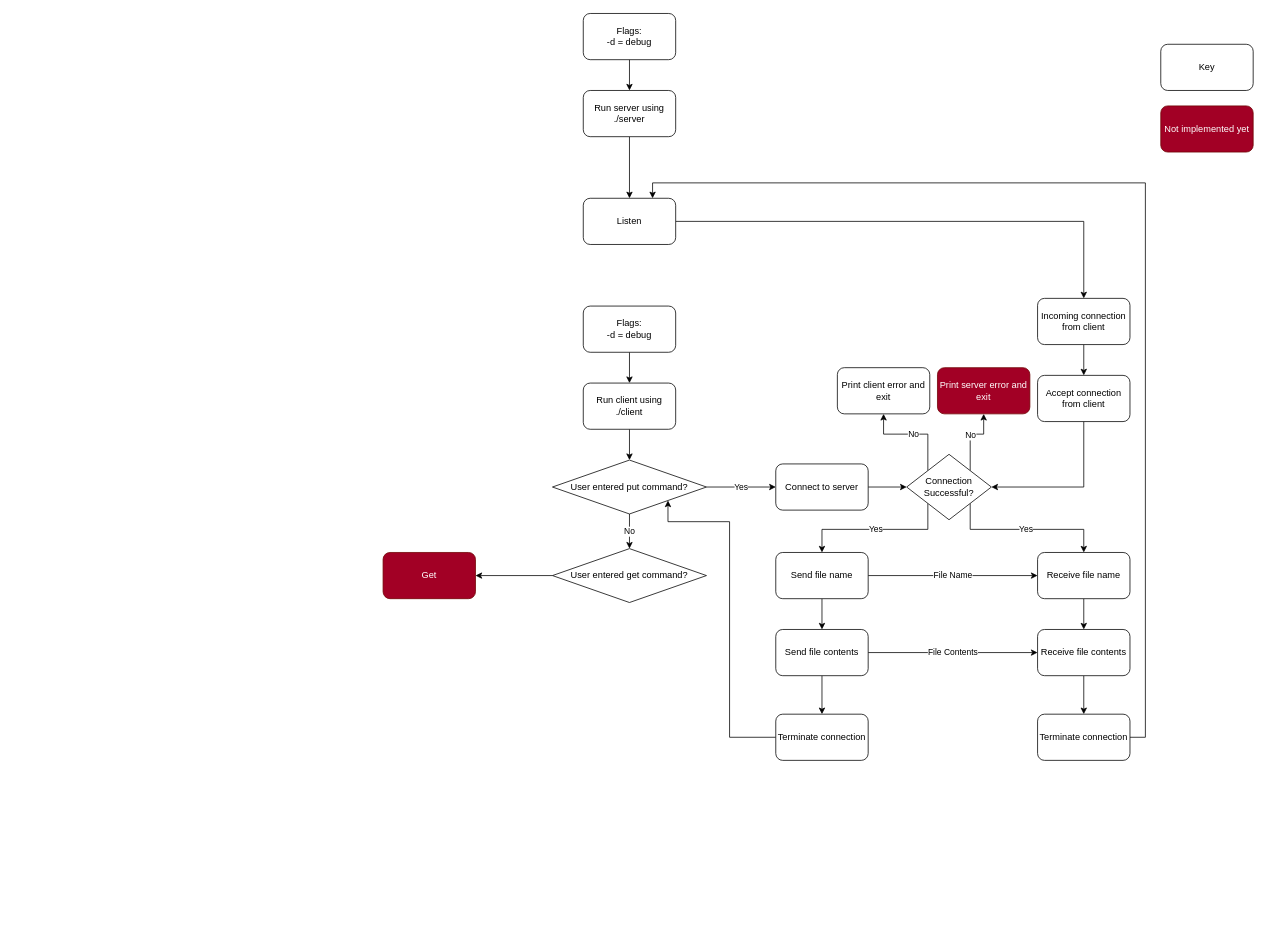
Earlier version of the draw.io diagram C_Version/Flowcharts/client-server-communication.drawio (Joedahms/ECE463-Project). Source tidied: cells renumbered, new cells numbered last; positions are measured from the earlier drawing's top-left corner, leaving out a move shared by most shapes. Both pictures are drawn from the tidied source at 77%, with x=0, y=0 at pixel (383, 13).
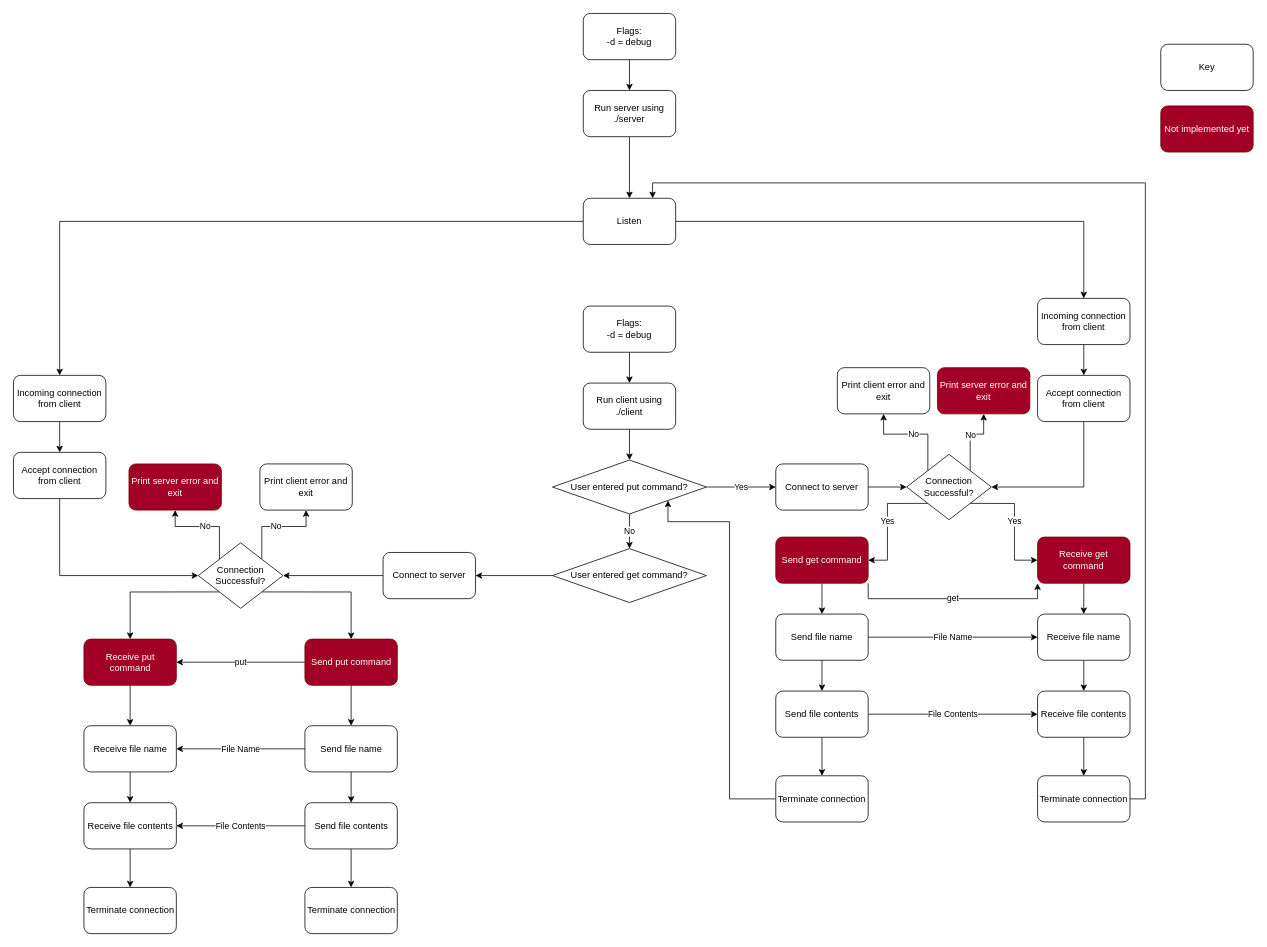
After the change.

The change refers to these unchanged cells:
```xml
<mxCell id="12" value="User entered put command?" style="rhombus;whiteSpace=wrap;html=1;" parent="1" vertex="1">
  <mxGeometry x="220" y="580" width="200" height="70" as="geometry" />
</mxCell>
<mxCell id="14" value="Listen" style="rounded=1;whiteSpace=wrap;html=1;" parent="1" vertex="1">
  <mxGeometry x="260" y="240" width="120" height="60" as="geometry" />
</mxCell>
<mxCell id="23" value="Connection Successful?" style="rhombus;whiteSpace=wrap;html=1;" parent="1" vertex="1">
  <mxGeometry x="680" y="572.5" width="110" height="85" as="geometry" />
</mxCell>
<mxCell id="45" value="User entered get command?" style="rhombus;whiteSpace=wrap;html=1;" parent="1" vertex="1">
  <mxGeometry x="220" y="695" width="200" height="70" as="geometry" />
</mxCell>
```

Diff of the diagram source:
```diff
@@
+    <mxCell id="47" style="edgeStyle=orthogonalEdgeStyle;rounded=0;jettySize=auto;html=1;exitX=0;exitY=0.5;exitDx=0;exitDy=0;entryX=0.5;entryY=0;entryDx=0;entryDy=0;" parent="1" edge="1" source="14" target="67">
+      <mxGeometry relative="1" as="geometry" />
+    </mxCell>
@@
-    <mxCell id="20" value="Yes" style="edgeStyle=orthogonalEdgeStyle;rounded=0;jettySize=auto;html=1;exitX=0;exitY=1;exitDx=0;exitDy=0;entryX=0.5;entryY=0;entryDx=0;entryDy=0;" parent="1" edge="1" source="23" target="27">
-      <mxGeometry relative="1" as="geometry">
-        <Array as="points">
-          <mxPoint x="708" y="670" />
-          <mxPoint x="570" y="670" />
-        </Array>
-      </mxGeometry>
-    </mxCell>
-    <mxCell id="21" value="Yes" style="edgeStyle=orthogonalEdgeStyle;rounded=0;jettySize=auto;html=1;exitX=1;exitY=1;exitDx=0;exitDy=0;entryX=0.5;entryY=0;entryDx=0;entryDy=0;" parent="1" edge="1" source="23" target="29">
-      <mxGeometry relative="1" as="geometry">
-        <Array as="points">
-          <mxPoint x="763" y="670" />
-          <mxPoint x="910" y="670" />
-        </Array>
-      </mxGeometry>
-    </mxCell>
@@
+    <mxCell id="48" value="Yes" style="edgeStyle=orthogonalEdgeStyle;rounded=0;jettySize=auto;html=1;exitX=0;exitY=1;exitDx=0;exitDy=0;entryX=1;entryY=0.5;entryDx=0;entryDy=0;" parent="1" edge="1" source="23" target="78">
+      <mxGeometry relative="1" as="geometry" />
+    </mxCell>
+    <mxCell id="49" value="Yes" style="edgeStyle=orthogonalEdgeStyle;rounded=0;jettySize=auto;html=1;exitX=1;exitY=1;exitDx=0;exitDy=0;entryX=0;entryY=0.5;entryDx=0;entryDy=0;" parent="1" edge="1" source="23" target="80">
+      <mxGeometry relative="1" as="geometry" />
+    </mxCell>
@@
     <mxCell id="27" value="Send file name" style="rounded=1;whiteSpace=wrap;html=1;" parent="1" vertex="1">
-      <mxGeometry x="510" y="700" width="120" height="60" as="geometry" />
+      <mxGeometry x="510" y="780" width="120" height="60" as="geometry" />
     </mxCell>
@@
     <mxCell id="29" value="Receive file name" style="rounded=1;whiteSpace=wrap;html=1;" parent="1" vertex="1">
-      <mxGeometry x="850" y="700" width="120" height="60" as="geometry" />
+      <mxGeometry x="850" y="780" width="120" height="60" as="geometry" />
     </mxCell>
@@
     <mxCell id="37" value="Send file contents" style="rounded=1;whiteSpace=wrap;html=1;" parent="1" vertex="1">
-      <mxGeometry x="510" y="800" width="120" height="60" as="geometry" />
+      <mxGeometry x="510" y="880" width="120" height="60" as="geometry" />
     </mxCell>
@@
     <mxCell id="39" value="Receive file contents" style="rounded=1;whiteSpace=wrap;html=1;" parent="1" vertex="1">
-      <mxGeometry x="850" y="800" width="120" height="60" as="geometry" />
+      <mxGeometry x="850" y="880" width="120" height="60" as="geometry" />
     </mxCell>
     <mxCell id="40" style="edgeStyle=orthogonalEdgeStyle;rounded=0;jettySize=auto;html=1;exitX=0;exitY=0.5;exitDx=0;exitDy=0;entryX=1;entryY=1;entryDx=0;entryDy=0;" parent="1" edge="1" source="41" target="12">
       <mxGeometry relative="1" as="geometry">
         <Array as="points">
-          <mxPoint x="450" y="940" />
+          <mxPoint x="450" y="1020" />
           <mxPoint x="450" y="660" />
           <mxPoint x="370" y="660" />
         </Array>
       </mxGeometry>
     </mxCell>
     <mxCell id="41" value="Terminate connection" style="rounded=1;whiteSpace=wrap;html=1;" parent="1" vertex="1">
-      <mxGeometry x="510" y="910" width="120" height="60" as="geometry" />
+      <mxGeometry x="510" y="990" width="120" height="60" as="geometry" />
     </mxCell>
@@
     <mxCell id="43" value="Terminate connection" style="rounded=1;whiteSpace=wrap;html=1;" parent="1" vertex="1">
-      <mxGeometry x="850" y="910" width="120" height="60" as="geometry" />
+      <mxGeometry x="850" y="990" width="120" height="60" as="geometry" />
     </mxCell>
-    <mxCell id="44" style="edgeStyle=orthogonalEdgeStyle;rounded=0;jettySize=auto;html=1;exitX=0;exitY=0.5;exitDx=0;exitDy=0;entryX=1;entryY=0.5;entryDx=0;entryDy=0;" parent="1" edge="1" source="45" target="46">
-      <mxGeometry relative="1" as="geometry" />
-    </mxCell>
+    <mxCell id="50" style="edgeStyle=orthogonalEdgeStyle;rounded=0;jettySize=auto;html=1;exitX=0;exitY=0.5;exitDx=0;exitDy=0;entryX=1;entryY=0.5;entryDx=0;entryDy=0;" parent="1" edge="1" source="45" target="52">
+      <mxGeometry relative="1" as="geometry" />
+    </mxCell>
@@
-    <mxCell id="46" value="Get" style="rounded=1;whiteSpace=wrap;html=1;fillColor=#a20025;fontColor=#ffffff;strokeColor=#6F0000;" parent="1" vertex="1">
-      <mxGeometry y="700" width="120" height="60" as="geometry" />
-    </mxCell>
+    <mxCell id="51" style="edgeStyle=orthogonalEdgeStyle;rounded=0;jettySize=auto;html=1;exitX=0;exitY=0.5;exitDx=0;exitDy=0;entryX=1;entryY=0.5;entryDx=0;entryDy=0;" parent="1" edge="1" source="52" target="59">
+      <mxGeometry relative="1" as="geometry" />
+    </mxCell>
+    <mxCell id="52" value="Connect to server" style="rounded=1;whiteSpace=wrap;html=1;" parent="1" vertex="1">
+      <mxGeometry y="700" width="120" height="60" as="geometry" />
+    </mxCell>
+    <mxCell id="53" style="edgeStyle=orthogonalEdgeStyle;rounded=0;jettySize=auto;html=1;exitX=0.5;exitY=1;exitDx=0;exitDy=0;entryX=0;entryY=0.5;entryDx=0;entryDy=0;" parent="1" edge="1" source="54" target="59">
+      <mxGeometry relative="1" as="geometry" />
+    </mxCell>
+    <mxCell id="54" value="Accept connection from client" style="rounded=1;whiteSpace=wrap;html=1;" parent="1" vertex="1">
+      <mxGeometry x="-480" y="570" width="120" height="60" as="geometry" />
+    </mxCell>
+    <mxCell id="55" value="No" style="edgeStyle=orthogonalEdgeStyle;rounded=0;jettySize=auto;html=1;exitX=0;exitY=0;exitDx=0;exitDy=0;entryX=0.5;entryY=1;entryDx=0;entryDy=0;" parent="1" edge="1" source="59" target="68">
+      <mxGeometry relative="1" as="geometry" />
+    </mxCell>
+    <mxCell id="56" value="No" style="edgeStyle=orthogonalEdgeStyle;rounded=0;jettySize=auto;html=1;exitX=1;exitY=0;exitDx=0;exitDy=0;entryX=0.5;entryY=1;entryDx=0;entryDy=0;" parent="1" edge="1" source="59" target="60">
+      <mxGeometry relative="1" as="geometry" />
+    </mxCell>
+    <mxCell id="57" style="edgeStyle=orthogonalEdgeStyle;rounded=0;jettySize=auto;html=1;exitX=0;exitY=1;exitDx=0;exitDy=0;entryX=0.5;entryY=0;entryDx=0;entryDy=0;" parent="1" edge="1" source="59" target="82">
+      <mxGeometry relative="1" as="geometry" />
+    </mxCell>
+    <mxCell id="58" style="edgeStyle=orthogonalEdgeStyle;rounded=0;jettySize=auto;html=1;exitX=1;exitY=1;exitDx=0;exitDy=0;entryX=0.5;entryY=0;entryDx=0;entryDy=0;" parent="1" edge="1" source="59" target="85">
+      <mxGeometry relative="1" as="geometry" />
+    </mxCell>
+    <mxCell id="59" value="Connection Successful?" style="rhombus;whiteSpace=wrap;html=1;" parent="1" vertex="1">
+      <mxGeometry x="-240" y="687.5" width="110" height="85" as="geometry" />
+    </mxCell>
+    <mxCell id="60" value="Print client error and exit" style="rounded=1;whiteSpace=wrap;html=1;" parent="1" vertex="1">
+      <mxGeometry x="-160" y="585" width="120" height="60" as="geometry" />
+    </mxCell>
+    <mxCell id="61" style="edgeStyle=orthogonalEdgeStyle;rounded=0;jettySize=auto;html=1;exitX=0.5;exitY=1;exitDx=0;exitDy=0;entryX=0.5;entryY=0;entryDx=0;entryDy=0;" parent="1" edge="1" source="63" target="71">
+      <mxGeometry relative="1" as="geometry" />
+    </mxCell>
+    <mxCell id="62" value="File Name" style="edgeStyle=orthogonalEdgeStyle;rounded=0;jettySize=auto;html=1;exitX=0;exitY=0.5;exitDx=0;exitDy=0;entryX=1;entryY=0.5;entryDx=0;entryDy=0;" parent="1" edge="1" source="63" target="65">
+      <mxGeometry relative="1" as="geometry" />
+    </mxCell>
+    <mxCell id="63" value="Send file name" style="rounded=1;whiteSpace=wrap;html=1;" parent="1" vertex="1">
+      <mxGeometry x="-101.5" y="925" width="120" height="60" as="geometry" />
+    </mxCell>
+    <mxCell id="64" style="edgeStyle=orthogonalEdgeStyle;rounded=0;jettySize=auto;html=1;exitX=0.5;exitY=1;exitDx=0;exitDy=0;entryX=0.5;entryY=0;entryDx=0;entryDy=0;" parent="1" edge="1" source="65" target="73">
+      <mxGeometry relative="1" as="geometry" />
+    </mxCell>
+    <mxCell id="65" value="Receive file name" style="rounded=1;whiteSpace=wrap;html=1;" parent="1" vertex="1">
+      <mxGeometry x="-388.5" y="925" width="120" height="60" as="geometry" />
+    </mxCell>
+    <mxCell id="66" style="edgeStyle=orthogonalEdgeStyle;rounded=0;jettySize=auto;html=1;exitX=0.5;exitY=1;exitDx=0;exitDy=0;entryX=0.5;entryY=0;entryDx=0;entryDy=0;" parent="1" edge="1" source="67" target="54">
+      <mxGeometry relative="1" as="geometry" />
+    </mxCell>
+    <mxCell id="67" value="Incoming connection from client" style="rounded=1;whiteSpace=wrap;html=1;" parent="1" vertex="1">
+      <mxGeometry x="-480" y="470" width="120" height="60" as="geometry" />
+    </mxCell>
+    <mxCell id="68" value="Print server error and exit" style="rounded=1;whiteSpace=wrap;html=1;fillColor=#a20025;fontColor=#ffffff;strokeColor=#6F0000;" parent="1" vertex="1">
+      <mxGeometry x="-330" y="585" width="120" height="60" as="geometry" />
+    </mxCell>
+    <mxCell id="69" style="edgeStyle=orthogonalEdgeStyle;rounded=0;jettySize=auto;html=1;exitX=0.5;exitY=1;exitDx=0;exitDy=0;entryX=0.5;entryY=0;entryDx=0;entryDy=0;" parent="1" edge="1" source="71" target="74">
+      <mxGeometry relative="1" as="geometry" />
+    </mxCell>
+    <mxCell id="70" value="File Contents" style="edgeStyle=orthogonalEdgeStyle;rounded=0;jettySize=auto;html=1;exitX=0;exitY=0.5;exitDx=0;exitDy=0;entryX=1;entryY=0.5;entryDx=0;entryDy=0;" parent="1" edge="1" source="71" target="73">
+      <mxGeometry relative="1" as="geometry" />
+    </mxCell>
+    <mxCell id="71" value="Send file contents" style="rounded=1;whiteSpace=wrap;html=1;" parent="1" vertex="1">
+      <mxGeometry x="-101.5" y="1025" width="120" height="60" as="geometry" />
+    </mxCell>
+    <mxCell id="72" style="edgeStyle=orthogonalEdgeStyle;rounded=0;jettySize=auto;html=1;exitX=0.5;exitY=1;exitDx=0;exitDy=0;entryX=0.5;entryY=0;entryDx=0;entryDy=0;" parent="1" edge="1" source="73" target="75">
+      <mxGeometry relative="1" as="geometry" />
+    </mxCell>
+    <mxCell id="73" value="Receive file contents" style="rounded=1;whiteSpace=wrap;html=1;" parent="1" vertex="1">
+      <mxGeometry x="-388.5" y="1025" width="120" height="60" as="geometry" />
+    </mxCell>
+    <mxCell id="74" value="Terminate connection" style="rounded=1;whiteSpace=wrap;html=1;" parent="1" vertex="1">
+      <mxGeometry x="-101.5" y="1135" width="120" height="60" as="geometry" />
+    </mxCell>
+    <mxCell id="75" value="Terminate connection" style="rounded=1;whiteSpace=wrap;html=1;" parent="1" vertex="1">
+      <mxGeometry x="-388.5" y="1135" width="120" height="60" as="geometry" />
+    </mxCell>
+    <mxCell id="76" style="edgeStyle=orthogonalEdgeStyle;rounded=0;jettySize=auto;html=1;exitX=0.5;exitY=1;exitDx=0;exitDy=0;entryX=0.5;entryY=0;entryDx=0;entryDy=0;" parent="1" edge="1" source="78" target="27">
+      <mxGeometry relative="1" as="geometry" />
+    </mxCell>
+    <mxCell id="77" value="get" style="edgeStyle=orthogonalEdgeStyle;rounded=0;jettySize=auto;html=1;exitX=1;exitY=1;exitDx=0;exitDy=0;entryX=0;entryY=1;entryDx=0;entryDy=0;" parent="1" edge="1" source="78" target="80">
+      <mxGeometry relative="1" as="geometry" />
+    </mxCell>
+    <mxCell id="78" value="Send get command" style="rounded=1;whiteSpace=wrap;html=1;fillColor=#a20025;fontColor=#ffffff;strokeColor=#6F0000;" parent="1" vertex="1">
+      <mxGeometry x="510" y="680" width="120" height="60" as="geometry" />
+    </mxCell>
+    <mxCell id="79" style="edgeStyle=orthogonalEdgeStyle;rounded=0;jettySize=auto;html=1;exitX=0.5;exitY=1;exitDx=0;exitDy=0;entryX=0.5;entryY=0;entryDx=0;entryDy=0;" parent="1" edge="1" source="80" target="29">
+      <mxGeometry relative="1" as="geometry" />
+    </mxCell>
+    <mxCell id="80" value="Receive get command" style="rounded=1;whiteSpace=wrap;html=1;fillColor=#a20025;fontColor=#ffffff;strokeColor=#6F0000;" parent="1" vertex="1">
+      <mxGeometry x="850" y="680" width="120" height="60" as="geometry" />
+    </mxCell>
+    <mxCell id="81" style="edgeStyle=orthogonalEdgeStyle;rounded=0;jettySize=auto;html=1;exitX=0.5;exitY=1;exitDx=0;exitDy=0;entryX=0.5;entryY=0;entryDx=0;entryDy=0;" parent="1" edge="1" source="82" target="65">
+      <mxGeometry relative="1" as="geometry" />
+    </mxCell>
+    <mxCell id="82" value="Receive put command" style="rounded=1;whiteSpace=wrap;html=1;fillColor=#a20025;fontColor=#ffffff;strokeColor=#6F0000;" parent="1" vertex="1">
+      <mxGeometry x="-388.5" y="812.5" width="120" height="60" as="geometry" />
+    </mxCell>
+    <mxCell id="83" style="edgeStyle=orthogonalEdgeStyle;rounded=0;jettySize=auto;html=1;exitX=0.5;exitY=1;exitDx=0;exitDy=0;entryX=0.5;entryY=0;entryDx=0;entryDy=0;" parent="1" edge="1" source="85" target="63">
+      <mxGeometry relative="1" as="geometry" />
+    </mxCell>
+    <mxCell id="84" value="put" style="edgeStyle=orthogonalEdgeStyle;rounded=0;jettySize=auto;html=1;exitX=0;exitY=0.5;exitDx=0;exitDy=0;entryX=1;entryY=0.5;entryDx=0;entryDy=0;" parent="1" edge="1" source="85" target="82">
+      <mxGeometry relative="1" as="geometry" />
+    </mxCell>
+    <mxCell id="85" value="Send put command" style="rounded=1;whiteSpace=wrap;html=1;fillColor=#a20025;fontColor=#ffffff;strokeColor=#6F0000;" parent="1" vertex="1">
+      <mxGeometry x="-101.5" y="812.5" width="120" height="60" as="geometry" />
+    </mxCell>
```
